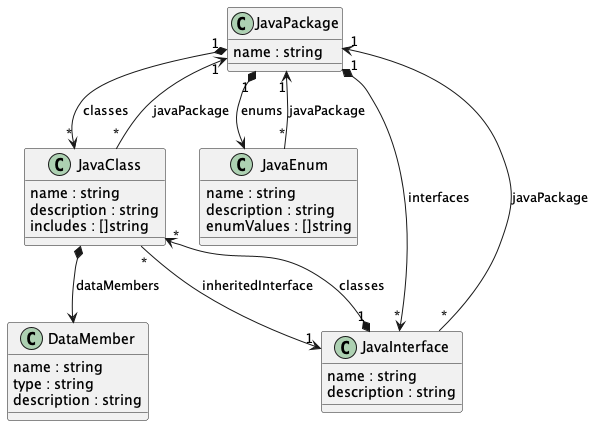
Above: uml/java-class.png in techcobweb/openapi2beans (PlantUML), before the change.
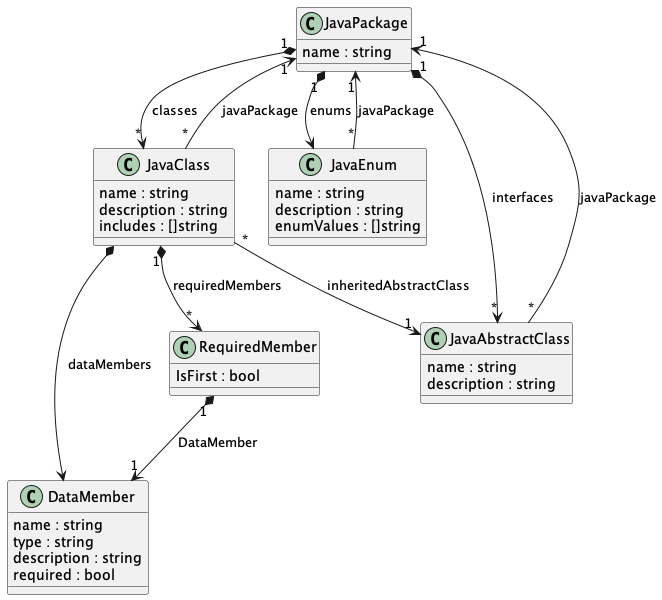
The same diagram one commit later.

Diff of the diagram source:
```diff
@@ -17,9 +17,17 @@
     {field} name : string
     {field} type : string
     {field} description : string
+    {field} required : bool
 }
 
 JavaClass *--> DataMember : dataMembers
+
+class RequiredMember {
+    {field} IsFirst : bool
+}
+
+RequiredMember "1" *--> "1" DataMember : DataMember
+JavaClass "1" *--> "*" RequiredMember : requiredMembers
 
 class JavaEnum {
     {field} name : string
@@ -30,14 +38,13 @@
 JavaPackage "1" *--> JavaEnum : enums
 JavaEnum "*" --> "1" JavaPackage : javaPackage
 
-class JavaInterface {
+class JavaAbstractClass {
     {field} name : string
     {field} description : string
 }
 
-JavaInterface "*" --> "1" JavaPackage : javaPackage
-JavaPackage "1" *--> "*" JavaInterface : interfaces
-JavaClass "*" --> "1" JavaInterface : inheritedInterface
-JavaInterface "1" *--> "*" JavaClass : classes
+JavaAbstractClass "*" --> "1" JavaPackage : javaPackage
+JavaPackage "1" *--> "*" JavaAbstractClass : interfaces
+JavaClass "*" --> "1" JavaAbstractClass : inheritedAbstractClass
 
 @enduml
```
